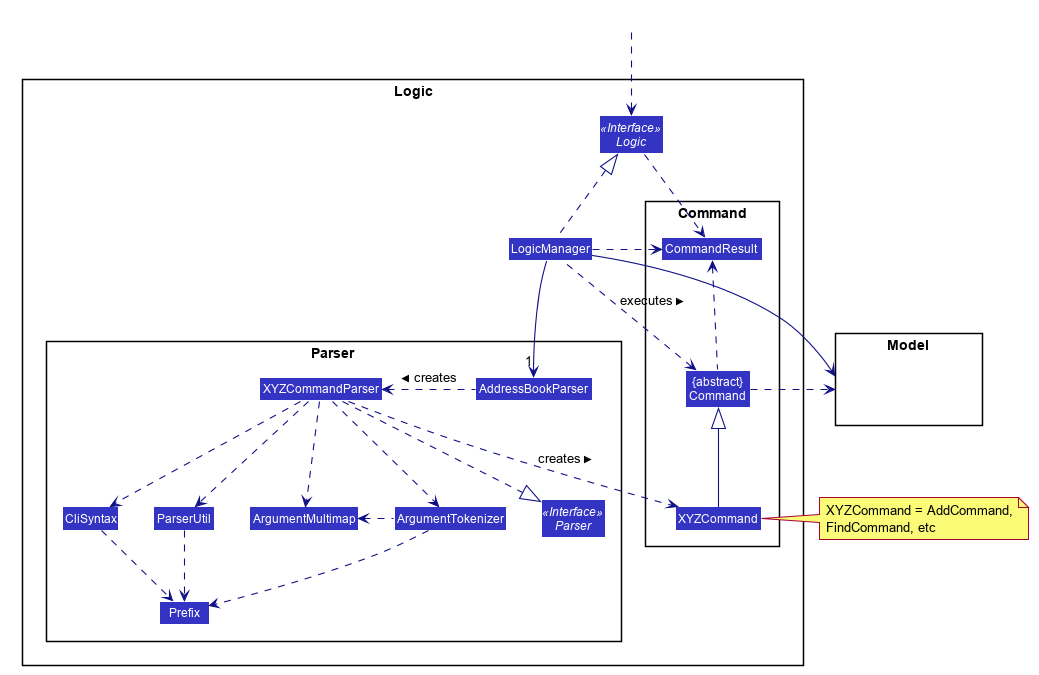
Above: docs/images/LogicClassDiagram.png in nus-cs2103-AY2021S2/tp (PlantUML), before the change.
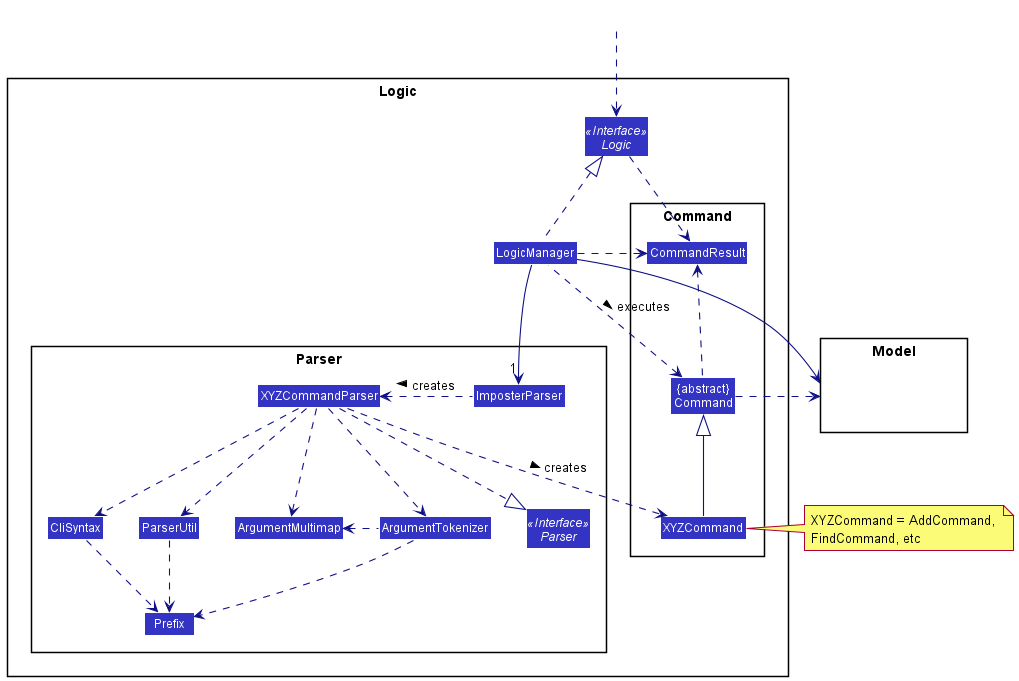
The same file after the commit.

Commit message:
Fix update of diagram used in developer guide

What changed in the source:
```diff
@@ -1,61 +1,14 @@
 @startuml
-
-
-
-
-
-
-
-
-skinparam BackgroundColor #FFFFFFF
-
-skinparam Shadowing false
-
-skinparam Class {
-    FontColor #FFFFFF
-    BorderThickness 1
-    BorderColor #FFFFFF
-    StereotypeFontColor #FFFFFF
-    FontName Arial
-}
-
-skinparam Actor {
-    BorderColor #000000
-    Color #000000
-    FontName Arial
-}
-
-skinparam Sequence {
-    MessageAlign center
-    BoxFontSize 15
-    BoxPadding 0
-    BoxFontColor #FFFFFF
-    FontName Arial
-}
-
-skinparam Participant {
-    FontColor #FFFFFFF
-    Padding 20
-}
-
-skinparam MinClassWidth 50
-skinparam ParticipantPadding 10
-skinparam Shadowing false
-skinparam DefaultTextAlignment center
-skinparam packageStyle Rectangle
-
-hide footbox
-hide members
-hide circle
+!include style.puml
 skinparam arrowThickness 1.1
-skinparam arrowColor #101086
-skinparam classBackgroundColor #3333C4
+skinparam arrowColor LOGIC_COLOR_T4
+skinparam classBackgroundColor LOGIC_COLOR
 
 package Logic {
 
 package Parser {
 Interface Parser <<Interface>>
-Class AddressBookParser
+Class ImposterParser
 Class XYZCommandParser
 Class CliSyntax
 Class ParserUtil
@@ -82,8 +35,8 @@
 HiddenOutside ..> Logic
 
 LogicManager .up.|> Logic
-LogicManager -->"1" AddressBookParser
-AddressBookParser .left.> XYZCommandParser: creates >
+LogicManager -->"1" ImposterParser
+ImposterParser .left.> XYZCommandParser: creates >
 
 XYZCommandParser ..> XYZCommand : creates >
 XYZCommandParser ..|> Parser
```
